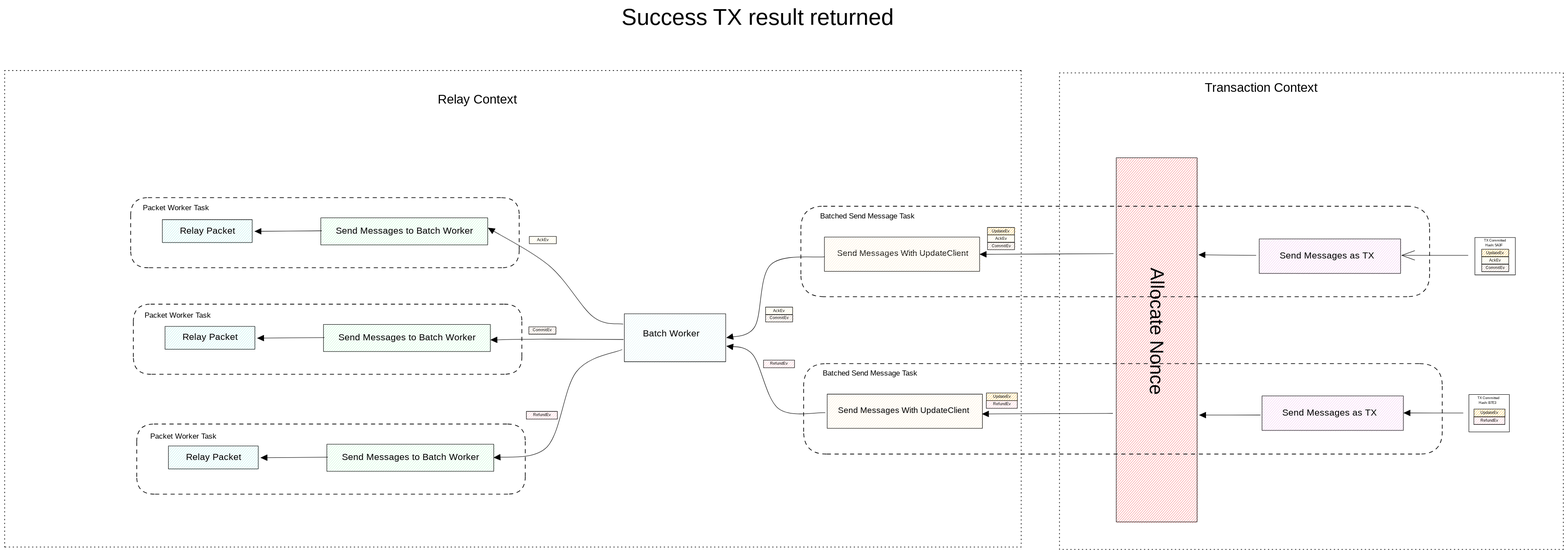
Earlier version of the Excalidraw export docs/architecture/assets/concurrency-architecture-3.svg (informalsystems/hermes). Source tidied: one line per element, renumbered; positions are measured from the earlier drawing's top-left corner, leaving out a move shared by most shapes. Its diagram source:
```json
{"id": 0, "type": "rectangle", "strokeColor": "#000000", "backgroundColor": "#ffaebc", "fillStyle": "hachure", "strokeWidth": 1, "roughness": 0, "x": 3223, "y": 905, "width": 68, "height": 17}
{"id": 1, "type": "rectangle", "strokeColor": "#000000", "backgroundColor": "#ffaebc", "fillStyle": "hachure", "strokeWidth": 1, "roughness": 0, "x": 2153, "y": 869, "width": 68, "height": 17}
{"id": 2, "type": "rectangle", "strokeColor": "#000000", "backgroundColor": "#ffaebc", "fillStyle": "hachure", "strokeWidth": 1, "roughness": 0, "x": 1665, "y": 781, "width": 68, "height": 17}
{"id": 3, "type": "rectangle", "strokeColor": "#000000", "backgroundColor": "#ffaebc", "fillStyle": "hachure", "strokeWidth": 1, "roughness": 0, "x": 1144, "y": 893, "width": 68, "height": 17}
{"id": 4, "type": "rectangle", "strokeColor": "#000000", "backgroundColor": "#fff4bd", "fillStyle": "hachure", "strokeWidth": 1, "roughness": 0, "x": 1151, "y": 509, "width": 59, "height": 16}
{"id": 5, "type": "rectangle", "strokeColor": "#000000", "backgroundColor": "#fff4bd", "fillStyle": "hachure", "strokeWidth": 1, "roughness": 0, "x": 1669, "y": 664, "width": 59, "height": 16}
{"id": 6, "type": "rectangle", "strokeColor": "#000000", "backgroundColor": "#fff4bd", "fillStyle": "hachure", "strokeWidth": 1, "roughness": 0, "x": 2156, "y": 506, "width": 59, "height": 16}
{"id": 7, "type": "rectangle", "strokeColor": "#000000", "backgroundColor": "#fff4bd", "fillStyle": "hachure", "strokeWidth": 1, "roughness": 0, "x": 3240, "y": 554, "width": 59, "height": 16}
{"id": 8, "type": "rectangle", "strokeColor": "#000000", "backgroundColor": "#d0b49f", "fillStyle": "hachure", "strokeWidth": 1, "roughness": 0, "x": 3240, "y": 570, "width": 59, "height": 16}
{"id": 9, "type": "rectangle", "strokeColor": "#000000", "backgroundColor": "#d0b49f", "fillStyle": "hachure", "strokeWidth": 1, "roughness": 0, "x": 2156, "y": 522, "width": 59, "height": 16}
{"id": 10, "type": "rectangle", "strokeColor": "#000000", "backgroundColor": "#d0b49f", "fillStyle": "hachure", "strokeWidth": 1, "roughness": 0, "x": 1669, "y": 681, "width": 59, "height": 16}
{"id": 11, "type": "rectangle", "strokeColor": "#000000", "backgroundColor": "#d0b49f", "fillStyle": "hachure", "strokeWidth": 1, "roughness": 0, "x": 1150, "y": 707, "width": 59, "height": 16}
{"id": 12, "type": "rectangle", "strokeColor": "#000000", "backgroundColor": "#fab005", "fillStyle": "hachure", "strokeWidth": 1, "roughness": 0, "x": 2153, "y": 853, "width": 68, "height": 17}
{"id": 13, "type": "rectangle", "strokeColor": "#000000", "backgroundColor": "#fab005", "fillStyle": "hachure", "strokeWidth": 1, "roughness": 0, "x": 2156, "y": 489, "width": 59, "height": 16}
{"id": 14, "type": "rectangle", "strokeColor": "#000000", "backgroundColor": "#fab005", "fillStyle": "hachure", "strokeWidth": 1, "roughness": 0, "x": 3223, "y": 888, "width": 68, "height": 17}
{"id": 15, "type": "rectangle", "strokeColor": "#000000", "backgroundColor": "#fab005", "fillStyle": "hachure", "strokeWidth": 1, "roughness": 0, "x": 3240, "y": 537, "width": 59, "height": 16}
{"id": 16, "type": "rectangle", "strokeColor": "#000000", "backgroundColor": "#eeb5eb", "fillStyle": "hachure", "strokeWidth": 1, "roughness": 0, "x": 2758, "y": 859, "width": 310, "height": 76}
{"id": 17, "type": "rectangle", "strokeColor": "#000000", "backgroundColor": "#eeb5eb", "fillStyle": "hachure", "strokeWidth": 1, "roughness": 0, "x": 2752, "y": 514, "width": 310, "height": 76}
{"id": 18, "type": "rectangle", "strokeColor": "#000000", "backgroundColor": "#fa5252", "fillStyle": "hachure", "strokeWidth": 1, "roughness": 0, "x": 2438, "y": 336, "width": 177, "height": 799}
{"id": 19, "type": "rectangle", "strokeColor": "#000000", "backgroundColor": "#d4f1f4", "fillStyle": "hachure", "strokeWidth": 1, "roughness": 0, "x": 1359, "y": 679, "width": 222, "height": 105}
{"id": 20, "type": "rectangle", "strokeColor": "#000000", "backgroundColor": "#a0e7e5", "fillStyle": "hachure", "strokeWidth": 1, "roughness": 0, "x": 346, "y": 472, "width": 197, "height": 50}
{"id": 21, "type": "rectangle", "strokeColor": "#000000", "backgroundColor": "#a0e7e5", "fillStyle": "hachure", "strokeWidth": 1, "roughness": 0, "x": 352, "y": 706, "width": 197, "height": 50}
{"id": 22, "type": "rectangle", "strokeColor": "#000000", "backgroundColor": "#a0e7e5", "fillStyle": "hachure", "strokeWidth": 1, "roughness": 0, "x": 359, "y": 969, "width": 197, "height": 50}
{"id": 23, "type": "rectangle", "strokeColor": "#000000", "backgroundColor": "#b4f8c8", "fillStyle": "hachure", "strokeWidth": 1, "roughness": 0, "x": 707, "y": 965, "width": 366, "height": 60}
{"id": 24, "type": "rectangle", "strokeColor": "#000000", "backgroundColor": "#b4f8c8", "fillStyle": "hachure", "strokeWidth": 1, "roughness": 0, "x": 699, "y": 702, "width": 366, "height": 60}
{"id": 25, "type": "rectangle", "strokeColor": "#000000", "backgroundColor": "#b4f8c8", "fillStyle": "hachure", "strokeWidth": 1, "roughness": 0, "x": 693, "y": 468, "width": 366, "height": 60}
{"id": 26, "type": "text", "text": "Relay Context", "strokeColor": "#000000", "strokeWidth": 1, "roughness": 0, "fontSize": 28, "fontFamily": 1, "textAlign": "center", "x": 938, "y": 193, "width": 199, "height": 35}
{"id": 27, "type": "text", "text": "Transaction Context", "strokeColor": "#000000", "strokeWidth": 1, "strokeStyle": "dashed", "roughness": 0, "fontSize": 28, "fontFamily": 1, "textAlign": "center", "x": 2611, "y": 167, "width": 290, "height": 35}
{"id": 28, "type": "text", "text": "Relay Packet", "strokeColor": "#000000", "backgroundColor": "#a0e7e5", "fillStyle": "hachure", "strokeWidth": 1, "strokeStyle": "dashed", "roughness": 0, "fontSize": 20, "fontFamily": 1, "textAlign": "center", "x": 378, "y": 486, "width": 133, "height": 25}
{"id": 29, "type": "text", "text": "Send Messages to Batch Worker", "strokeColor": "#000000", "backgroundColor": "#b4f8c8", "fillStyle": "hachure", "strokeWidth": 1, "roughness": 0, "fontSize": 20, "fontFamily": 1, "textAlign": "center", "x": 715, "y": 486, "width": 324, "height": 25}
{"id": 30, "type": "rectangle", "strokeColor": "#000000", "strokeWidth": 1, "strokeStyle": "dashed", "roughness": 0, "x": 276, "y": 424, "width": 852, "height": 154}
{"id": 31, "type": "arrow", "strokeColor": "#000000", "strokeWidth": 1, "roughness": 0, "startArrowhead": "triangle", "from": 20, "x": 549, "y": 498, "width": 146, "height": 1, "points": [[0, 0], [146, -1]]}
{"id": 32, "type": "text", "text": "Relay Packet", "strokeColor": "#000000", "backgroundColor": "#a0e7e5", "fillStyle": "hachure", "strokeWidth": 1, "strokeStyle": "dashed", "roughness": 0, "fontSize": 20, "fontFamily": 1, "textAlign": "center", "x": 384, "y": 719, "width": 133, "height": 25}
{"id": 33, "type": "text", "text": "Send Messages to Batch Worker", "strokeColor": "#000000", "backgroundColor": "#b4f8c8", "fillStyle": "hachure", "strokeWidth": 1, "roughness": 0, "fontSize": 20, "fontFamily": 1, "textAlign": "center", "x": 721, "y": 720, "width": 324, "height": 25}
{"id": 34, "type": "rectangle", "strokeColor": "#000000", "strokeWidth": 1, "strokeStyle": "dashed", "roughness": 0, "x": 282, "y": 658, "width": 852, "height": 154}
{"id": 35, "type": "arrow", "strokeColor": "#000000", "strokeWidth": 1, "roughness": 0, "startArrowhead": "triangle", "from": 21, "x": 555, "y": 732, "width": 146, "height": 1, "points": [[0, 0], [146, -1]]}
{"id": 36, "type": "text", "text": "Relay Packet", "strokeColor": "#000000", "backgroundColor": "#a0e7e5", "fillStyle": "hachure", "strokeWidth": 1, "strokeStyle": "dashed", "roughness": 0, "fontSize": 20, "fontFamily": 1, "textAlign": "center", "x": 392, "y": 983, "width": 133, "height": 25}
{"id": 37, "type": "text", "text": "Send Messages to Batch Worker", "strokeColor": "#000000", "backgroundColor": "#b4f8c8", "fillStyle": "hachure", "strokeWidth": 1, "roughness": 0, "fontSize": 20, "fontFamily": 1, "textAlign": "center", "x": 728, "y": 983, "width": 324, "height": 25}
{"id": 38, "type": "rectangle", "strokeColor": "#000000", "strokeWidth": 1, "strokeStyle": "dashed", "roughness": 0, "x": 290, "y": 921, "width": 852, "height": 154}
{"id": 39, "type": "arrow", "strokeColor": "#000000", "strokeWidth": 1, "roughness": 0, "startArrowhead": "triangle", "from": 22, "x": 562, "y": 995, "width": 146, "height": 1, "points": [[0, 0], [146, -1]]}
{"id": 40, "type": "text", "text": "Packet Worker Task", "strokeColor": "#000000", "strokeWidth": 1, "roughness": 0, "fontSize": 16, "fontFamily": 1, "textAlign": "center", "x": 294, "y": 438, "width": 164, "height": 20}
{"id": 41, "type": "text", "text": "Packet Worker Task", "strokeColor": "#000000", "strokeWidth": 1, "roughness": 0, "fontSize": 16, "fontFamily": 1, "textAlign": "center", "x": 297, "y": 674, "width": 164, "height": 20}
{"id": 42, "type": "text", "text": "Packet Worker Task", "strokeColor": "#000000", "strokeWidth": 1, "roughness": 0, "fontSize": 16, "fontFamily": 1, "textAlign": "center", "x": 310, "y": 939, "width": 164, "height": 20}
{"id": 43, "type": "text", "text": "Batch Worker", "strokeColor": "#000000", "backgroundColor": "#d4f1f4", "fillStyle": "hachure", "strokeWidth": 1, "roughness": 0, "fontSize": 20, "fontFamily": 1, "textAlign": "center", "x": 1395, "y": 711, "width": 135, "height": 25}
{"id": 44, "type": "arrow", "strokeColor": "#000000", "strokeWidth": 1, "roughness": 0, "startArrowhead": "triangle", "from": 25, "to": 19, "x": 1061, "y": 491, "width": 295, "height": 211, "points": [[0, 0], [134, 83], [229, 194], [295, 211]]}
{"id": 45, "type": "arrow", "strokeColor": "#000000", "strokeWidth": 1, "roughness": 0, "startArrowhead": "triangle", "from": 24, "to": 19, "x": 1067, "y": 736, "width": 291, "height": 2, "points": [[0, 0], [111, -2], [291, -1]]}
{"id": 46, "type": "arrow", "strokeColor": "#000000", "strokeWidth": 1, "roughness": 0, "startArrowhead": "triangle", "from": 23, "to": 19, "x": 1074, "y": 995, "width": 281, "height": 237, "points": [[0, 0], [116, -24], [180, -188], [281, -237]]}
{"id": 47, "type": "text", "text": "Send Messages With UpdateClient", "strokeColor": "#000000", "backgroundColor": "#fbe7c6", "fillStyle": "hachure", "strokeWidth": 1, "roughness": 0, "fontSize": 17.69, "fontFamily": 1, "textAlign": "center", "x": 1822, "y": 537, "width": 296, "height": 22}
{"id": 48, "type": "rectangle", "strokeColor": "#000000", "backgroundColor": "#fbe7c6", "fillStyle": "hachure", "strokeWidth": 1, "roughness": 0, "x": 1798, "y": 511, "width": 340, "height": 75}
{"id": 49, "type": "rectangle", "strokeColor": "#000000", "strokeWidth": 1, "strokeStyle": "dashed", "roughness": 0, "x": 1746, "y": 443, "width": 1379, "height": 199}
{"id": 50, "type": "rectangle", "strokeColor": "#000000", "strokeWidth": 1, "strokeStyle": "dotted", "roughness": 0, "x": 0, "y": 145, "width": 2230, "height": 1046}
{"id": 51, "type": "text", "text": "Batched Send Message Task", "strokeColor": "#000000", "strokeWidth": 1, "strokeStyle": "dotted", "roughness": 0, "fontSize": 16, "fontFamily": 1, "textAlign": "center", "x": 1776, "y": 456, "width": 232, "height": 20}
{"id": 52, "type": "text", "text": "Allocate Nonce", "strokeColor": "#000000", "angle": 1.58, "backgroundColor": "#ced4da", "fillStyle": "hachure", "strokeWidth": 1, "roughness": 0, "fontSize": 41.55, "fontFamily": 1, "textAlign": "center", "x": 2372, "y": 691, "width": 302, "height": 52}
{"id": 53, "type": "text", "text": "Send Messages as TX", "strokeColor": "#000000", "backgroundColor": "#eeb5eb", "fillStyle": "hachure", "strokeWidth": 1, "roughness": 0, "fontSize": 20, "fontFamily": 1, "textAlign": "center", "x": 2790, "y": 541, "width": 221, "height": 25}
{"id": 54, "type": "rectangle", "strokeColor": "#000000", "backgroundColor": "#fbe7c6", "fillStyle": "hachure", "strokeWidth": 1, "roughness": 0, "x": 1804, "y": 855, "width": 340, "height": 75}
{"id": 55, "type": "rectangle", "strokeColor": "#000000", "strokeWidth": 1, "strokeStyle": "dashed", "roughness": 0, "x": 1753, "y": 788, "width": 1401, "height": 199}
{"id": 56, "type": "text", "text": "Batched Send Message Task", "strokeColor": "#000000", "strokeWidth": 1, "strokeStyle": "dotted", "roughness": 0, "fontSize": 16, "fontFamily": 1, "textAlign": "center", "x": 1782, "y": 801, "width": 232, "height": 20}
{"id": 57, "type": "text", "text": "Send Messages as TX", "strokeColor": "#000000", "backgroundColor": "#eeb5eb", "fillStyle": "hachure", "strokeWidth": 1, "roughness": 0, "fontSize": 20, "fontFamily": 1, "textAlign": "center", "x": 2796, "y": 886, "width": 221, "height": 25}
{"id": 58, "type": "arrow", "strokeColor": "#000000", "strokeWidth": 1, "roughness": 0, "startArrowhead": "triangle", "from": 19, "x": 1584, "y": 731, "width": 214, "height": 178, "points": [[0, 0], [61, -24], [96, -160], [214, -178]]}
{"id": 59, "type": "arrow", "strokeColor": "#000000", "strokeWidth": 1, "roughness": 0, "startArrowhead": "triangle", "from": 19, "to": 54, "x": 1584, "y": 750, "width": 216, "height": 146, "points": [[0, 0], [57, 18], [113, 137], [216, 146]]}
{"id": 60, "type": "arrow", "strokeColor": "#000000", "strokeWidth": 1, "roughness": 0, "startArrowhead": "triangle", "from": 48, "to": 18, "x": 2140, "y": 548, "width": 292, "height": 1, "points": [[0, 0], [292, -1]]}
{"id": 61, "type": "arrow", "strokeColor": "#000000", "strokeWidth": 1, "roughness": 0, "startArrowhead": "triangle", "from": 1, "to": 18, "x": 2145, "y": 899, "width": 286, "height": 1, "points": [[0, 0], [286, -1]]}
{"id": 62, "type": "arrow", "strokeColor": "#000000", "strokeWidth": 1, "roughness": 0, "startArrowhead": "triangle", "from": 18, "to": 17, "x": 2620, "y": 549, "width": 125, "height": 1, "points": [[0, 0], [125, 1]]}
{"id": 63, "type": "arrow", "strokeColor": "#000000", "strokeWidth": 1, "roughness": 0, "startArrowhead": "triangle", "from": 18, "to": 16, "x": 2621, "y": 901, "width": 133, "height": 0, "points": [[0, 0], [133, 0]]}
{"id": 64, "type": "arrow", "strokeColor": "#000000", "strokeWidth": 1, "roughness": 0, "startArrowhead": "arrow", "from": 17, "to": 69, "x": 3065, "y": 550, "width": 145, "height": 0, "points": [[0, 0], [145, 0]]}
{"id": 65, "type": "arrow", "strokeColor": "#000000", "strokeWidth": 1, "roughness": 0, "startArrowhead": "triangle", "from": 16, "to": 74, "x": 3069, "y": 897, "width": 130, "height": 0, "points": [[0, 0], [130, 0]]}
{"id": 66, "type": "text", "text": "AckEv", "strokeColor": "#000000", "strokeWidth": 1, "roughness": 0, "fontSize": 8.7, "fontFamily": 1, "textAlign": "center", "x": 3256, "y": 557, "width": 27, "height": 11}
{"id": 67, "type": "text", "text": "CommitEv", "strokeColor": "#000000", "strokeWidth": 1, "roughness": 0, "fontSize": 8.7, "fontFamily": 1, "textAlign": "center", "x": 3249, "y": 573, "width": 41, "height": 11}
{"id": 68, "type": "text", "text": "UpdateEv", "strokeColor": "#000000", "strokeWidth": 1, "roughness": 0, "fontSize": 8.7, "fontFamily": 1, "textAlign": "center", "x": 3248, "y": 541, "width": 43, "height": 11}
{"id": 69, "type": "rectangle", "strokeColor": "#000000", "strokeWidth": 1, "roughness": 0, "x": 3225, "y": 511, "width": 89, "height": 82}
{"id": 70, "type": "text", "text": "TX Committed", "strokeColor": "#000000", "strokeWidth": 1, "roughness": 0, "fontSize": 7.84, "fontFamily": 1, "textAlign": "center", "x": 3240, "y": 514, "width": 56, "height": 10}
{"id": 71, "type": "text", "text": "Hash: 5A3F", "strokeColor": "#000000", "strokeWidth": 1, "roughness": 0, "fontSize": 7.84, "fontFamily": 1, "textAlign": "center", "x": 3244, "y": 524, "width": 45, "height": 10}
{"id": 72, "type": "text", "text": "RefundEv", "strokeColor": "#000000", "strokeWidth": 1, "roughness": 0, "fontSize": 8.7, "fontFamily": 1, "textAlign": "center", "x": 3236, "y": 908, "width": 41, "height": 11}
{"id": 73, "type": "text", "text": "UpdateEv", "strokeColor": "#000000", "strokeWidth": 1, "roughness": 0, "fontSize": 8.7, "fontFamily": 1, "textAlign": "center", "x": 3236, "y": 891, "width": 43, "height": 11}
{"id": 74, "type": "rectangle", "strokeColor": "#000000", "strokeWidth": 1, "roughness": 0, "x": 3212, "y": 856, "width": 89, "height": 82}
{"id": 75, "type": "rectangle", "strokeColor": "#000000", "strokeWidth": 1, "strokeStyle": "dotted", "roughness": 0, "x": 2314, "y": 150, "width": 1105, "height": 1046}
{"id": 76, "type": "text", "text": "TX Committed", "strokeColor": "#000000", "strokeWidth": 1, "roughness": 0, "fontSize": 7.84, "fontFamily": 1, "textAlign": "center", "x": 3226, "y": 860, "width": 56, "height": 10}
{"id": 77, "type": "text", "text": "Hash: B7E3", "strokeColor": "#000000", "strokeWidth": 1, "roughness": 0, "fontSize": 7.84, "fontFamily": 1, "textAlign": "center", "x": 3229, "y": 871, "width": 46, "height": 10}
{"id": 78, "type": "text", "text": "AckEv", "strokeColor": "#000000", "strokeWidth": 1, "roughness": 0, "fontSize": 8.7, "fontFamily": 1, "textAlign": "center", "x": 2172, "y": 510, "width": 27, "height": 11}
{"id": 79, "type": "text", "text": "CommitEv", "strokeColor": "#000000", "strokeWidth": 1, "roughness": 0, "fontSize": 8.7, "fontFamily": 1, "textAlign": "center", "x": 2165, "y": 525, "width": 41, "height": 11}
{"id": 80, "type": "text", "text": "UpdateEv", "strokeColor": "#000000", "strokeWidth": 1, "roughness": 0, "fontSize": 8.7, "fontFamily": 1, "textAlign": "center", "x": 2164, "y": 493, "width": 43, "height": 11}
{"id": 81, "type": "text", "text": "RefundEv", "strokeColor": "#000000", "strokeWidth": 1, "roughness": 0, "fontSize": 8.7, "fontFamily": 1, "textAlign": "center", "x": 2167, "y": 873, "width": 41, "height": 11}
{"id": 82, "type": "text", "text": "UpdateEv", "strokeColor": "#000000", "strokeWidth": 1, "roughness": 0, "fontSize": 8.7, "fontFamily": 1, "textAlign": "center", "x": 2166, "y": 856, "width": 43, "height": 11}
{"id": 83, "type": "text", "text": "Send Messages With UpdateClient", "strokeColor": "#000000", "backgroundColor": "#fbe7c6", "fillStyle": "hachure", "strokeWidth": 1, "roughness": 0, "fontSize": 17.69, "fontFamily": 1, "textAlign": "center", "x": 1823, "y": 881, "width": 296, "height": 22}
{"id": 84, "type": "text", "text": "AckEv", "strokeColor": "#000000", "strokeWidth": 1, "roughness": 0, "fontSize": 8.7, "fontFamily": 1, "textAlign": "center", "x": 1685, "y": 668, "width": 27, "height": 11}
{"id": 85, "type": "text", "text": "CommitEv", "strokeColor": "#000000", "strokeWidth": 1, "roughness": 0, "fontSize": 8.7, "fontFamily": 1, "textAlign": "center", "x": 1678, "y": 684, "width": 41, "height": 11}
{"id": 86, "type": "text", "text": "RefundEv", "strokeColor": "#000000", "strokeWidth": 1, "roughness": 0, "fontSize": 8.7, "fontFamily": 1, "textAlign": "center", "x": 1678, "y": 784, "width": 41, "height": 11}
{"id": 87, "type": "text", "text": "AckEv", "strokeColor": "#000000", "strokeWidth": 1, "roughness": 0, "fontSize": 8.7, "fontFamily": 1, "textAlign": "center", "x": 1167, "y": 513, "width": 27, "height": 11}
{"id": 88, "type": "text", "text": "CommitEv", "strokeColor": "#000000", "strokeWidth": 1, "roughness": 0, "fontSize": 8.7, "fontFamily": 1, "textAlign": "center", "x": 1159, "y": 710, "width": 41, "height": 11}
{"id": 89, "type": "text", "text": "RefundEv", "strokeColor": "#000000", "strokeWidth": 1, "roughness": 0, "fontSize": 8.7, "fontFamily": 1, "textAlign": "center", "x": 1158, "y": 896, "width": 41, "height": 11}
{"id": 90, "type": "text", "text": "Success TX result returned", "strokeColor": "#000000", "strokeWidth": 1, "roughness": 0, "fontSize": 49.92, "fontFamily": 1, "x": 1353, "y": 0, "width": 688, "height": 63}
```
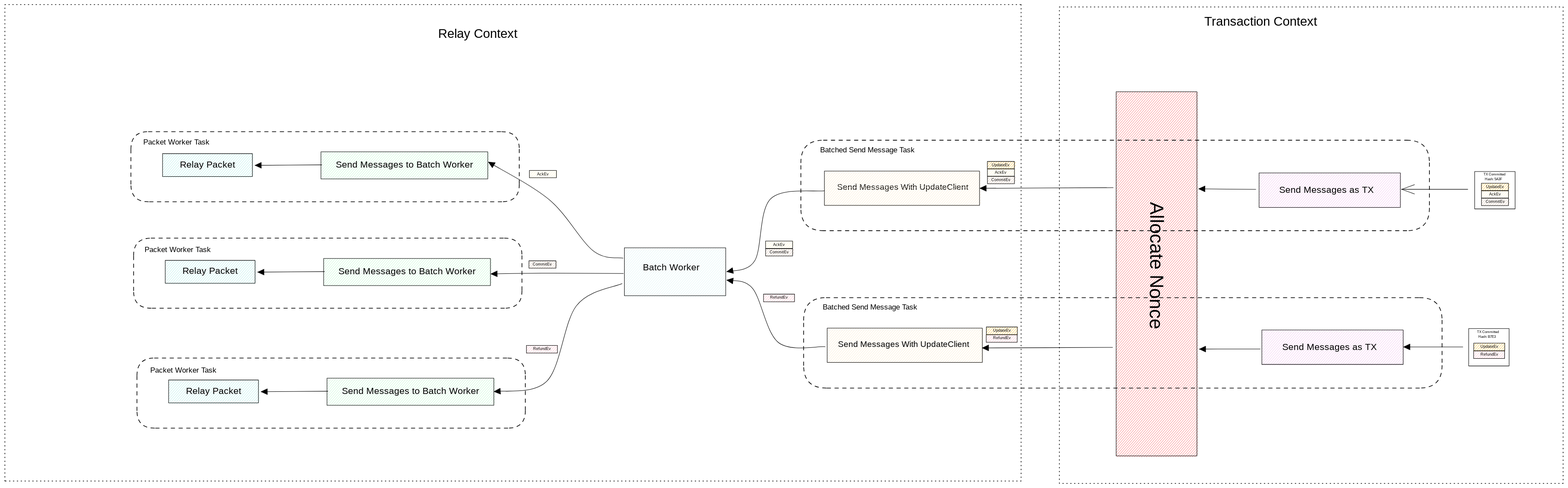
The same diagram one commit later.

Commit message:
Drafting concurrency architecture

What changed in the source:
```diff
@@ -88,4 +88,3 @@
 {"id": 87, "type": "text", "text": "AckEv", "strokeColor": "#000000", "strokeWidth": 1, "roughness": 0, "fontSize": 8.7, "fontFamily": 1, "textAlign": "center", "x": 1167, "y": 513, "width": 27, "height": 11}
 {"id": 88, "type": "text", "text": "CommitEv", "strokeColor": "#000000", "strokeWidth": 1, "roughness": 0, "fontSize": 8.7, "fontFamily": 1, "textAlign": "center", "x": 1159, "y": 710, "width": 41, "height": 11}
 {"id": 89, "type": "text", "text": "RefundEv", "strokeColor": "#000000", "strokeWidth": 1, "roughness": 0, "fontSize": 8.7, "fontFamily": 1, "textAlign": "center", "x": 1158, "y": 896, "width": 41, "height": 11}
-{"id": 90, "type": "text", "text": "Success TX result returned", "strokeColor": "#000000", "strokeWidth": 1, "roughness": 0, "fontSize": 49.92, "fontFamily": 1, "x": 1353, "y": 0, "width": 688, "height": 63}
```
